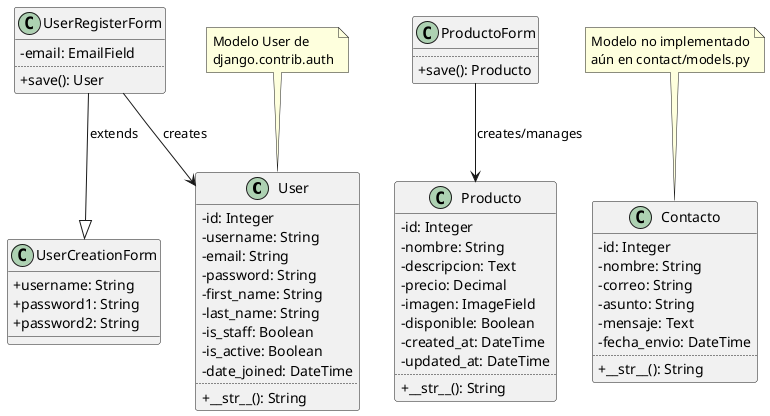
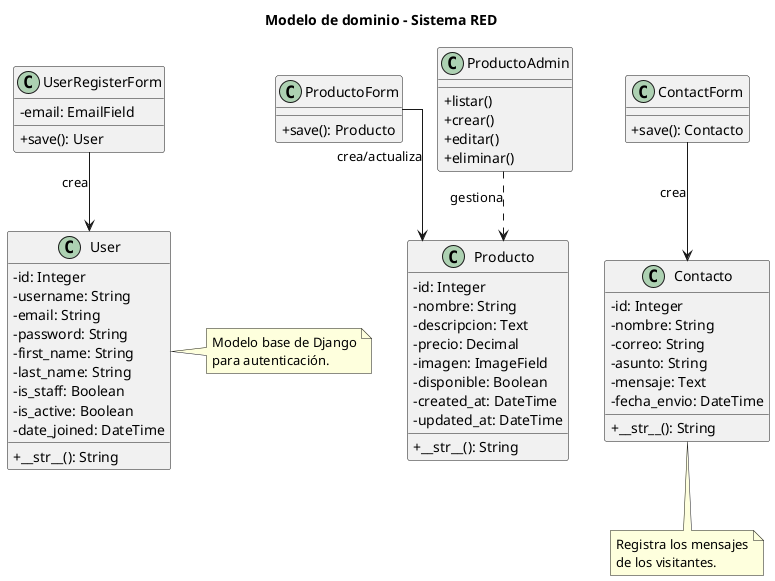
@startuml
skinparam classAttributeIconSize 0
+ skinparam linetype ortho
+ 
+ title "Modelo de dominio - Sistema RED"

class User {
  - id: Integer
  - username: String
  - email: String
  - password: String
  - first_name: String
  - last_name: String
  - is_staff: Boolean
  - is_active: Boolean
  - date_joined: DateTime
-   ..
+ 
  + __str__(): String
}

class Producto {
  - id: Integer
  - nombre: String
  - descripcion: Text
  - precio: Decimal
  - imagen: ImageField
  - disponible: Boolean
  - created_at: DateTime
  - updated_at: DateTime
-   ..
+ 
  + __str__(): String
}

class Contacto {
  - id: Integer
  - nombre: String
  - correo: String
  - asunto: String
  - mensaje: Text
  - fecha_envio: DateTime
-   ..
+ 
  + __str__(): String
}

class UserRegisterForm {
  - email: EmailField
-   ..
+ 
  + save(): User
}

class ProductoForm {
-   ..
  + save(): Producto
}

- class UserCreationForm {
-   + username: String
-   + password1: String
-   + password2: String
+ class ContactForm {
+   + save(): Contacto
}

- UserRegisterForm --|> UserCreationForm : extends
- UserRegisterForm --> User : creates
+ class ProductoAdmin {
+   + listar()
+   + crear()
+   + editar()
+   + eliminar()
+ }

- ProductoForm --> Producto : creates/manages
+ UserRegisterForm --> User : crea
+ ProductoForm --> Producto : crea/actualiza
+ ContactForm --> Contacto : crea
+ ProductoAdmin ..> Producto : gestiona

- note "Modelo User de\ndjango.contrib.auth" as N1
- N1 .. User
+ note right of User
+ Modelo base de Django
+ para autenticación.
+ end note

- note "Modelo no implementado\naún en contact/models.py" as N2
- N2 .. Contacto
+ note bottom of Contacto
+ Registra los mensajes
+ de los visitantes.
+ end note

- @enduml
+ @enduml